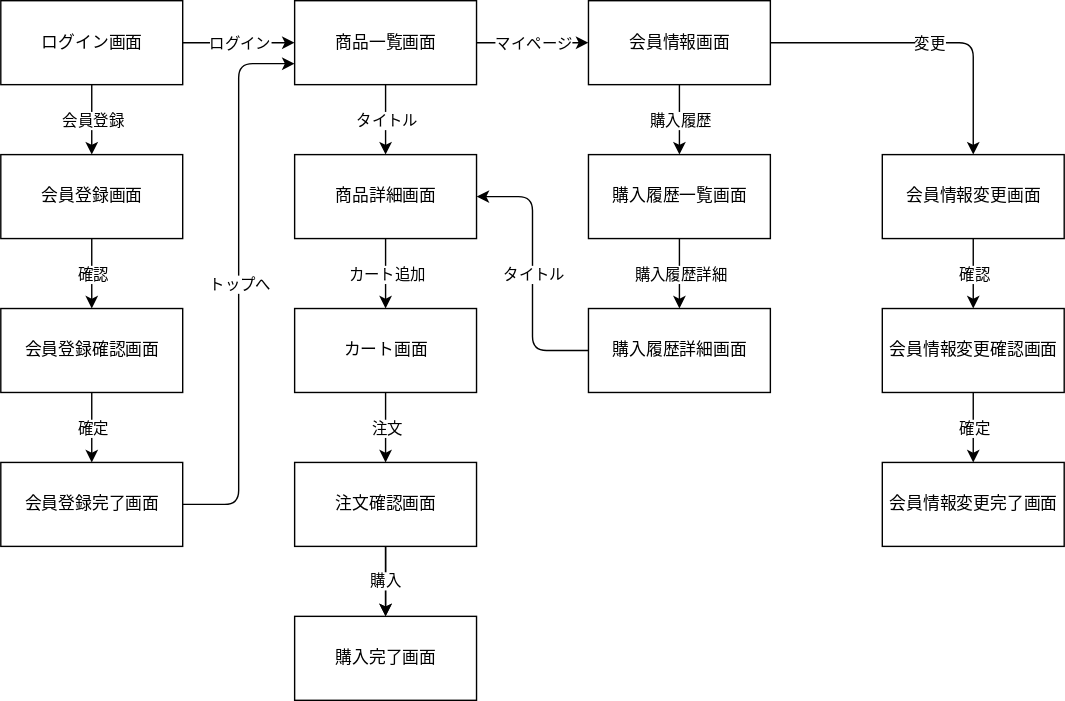
The draw.io diagram documents/20_外部設計/image/screen_transition_diagram.svg in la-java-silicon-2021/shopping-doc, before a commit. Source tidied: cells renumbered, new cells last; positions are measured from the earlier drawing's top-left corner, leaving out a move shared by most shapes.
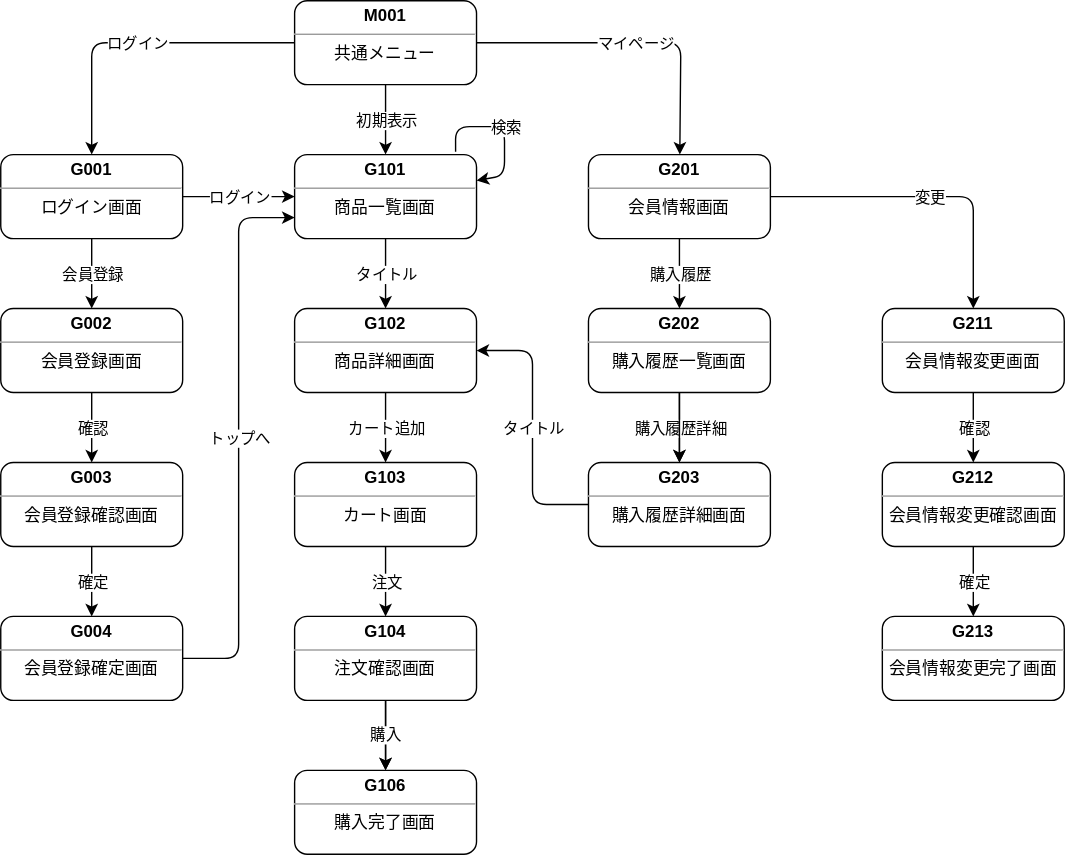
After the change.

Commit message:
screen_transition_diagram.svg を更新します

Change to the diagram source:
```diff
@@ -2,90 +2,52 @@
   <root>
     <mxCell id="0" />
     <mxCell id="1" parent="0" />
-    <mxCell id="2" value="ログイン画面" style="html=1;" parent="1" vertex="1">
-      <mxGeometry width="130" height="60" as="geometry" />
-    </mxCell>
-    <mxCell id="3" value="会員登録画面" style="html=1;" parent="1" vertex="1">
-      <mxGeometry y="110" width="130" height="60" as="geometry" />
-    </mxCell>
-    <mxCell id="4" style="endArrow=classic;html=1;exitX=0.5;exitY=1;exitDx=0;exitDy=0;entryX=0.5;entryY=0;entryDx=0;entryDy=0;" parent="1" edge="1" source="2" target="3">
+    <mxCell id="4" style="endArrow=classic;html=1;" parent="1" edge="1" source="49" target="50">
       <mxGeometry relative="1" as="geometry" />
     </mxCell>
     <mxCell id="5" value="会員登録" style="edgeLabel;html=1;align=center;verticalAlign=middle;" parent="4" vertex="1">
       <mxGeometry relative="1" as="geometry" />
     </mxCell>
-    <mxCell id="6" value="会員登録確認画面" style="html=1;" parent="1" vertex="1">
-      <mxGeometry y="220" width="130" height="60" as="geometry" />
-    </mxCell>
-    <mxCell id="7" style="endArrow=classic;html=1;exitX=0.5;exitY=1;exitDx=0;exitDy=0;" parent="1" edge="1" source="3" target="6">
+    <mxCell id="7" style="endArrow=classic;html=1;" parent="1" edge="1" source="50" target="51">
       <mxGeometry relative="1" as="geometry" />
     </mxCell>
     <mxCell id="8" value="確認" style="edgeLabel;html=1;align=center;verticalAlign=middle;" parent="7" vertex="1">
       <mxGeometry relative="1" as="geometry" />
     </mxCell>
-    <mxCell id="9" value="会員登録完了画面" style="html=1;" parent="1" vertex="1">
-      <mxGeometry y="330" width="130" height="60" as="geometry" />
-    </mxCell>
-    <mxCell id="10" value="商品一覧画面" style="html=1;" parent="1" vertex="1">
-      <mxGeometry x="210" width="130" height="60" as="geometry" />
-    </mxCell>
-    <mxCell id="11" style="endArrow=classic;html=1;exitX=1;exitY=0.5;exitDx=0;exitDy=0;entryX=0;entryY=0.5;entryDx=0;entryDy=0;" parent="1" edge="1" source="2" target="10">
+    <mxCell id="11" style="endArrow=classic;html=1;" parent="1" edge="1" source="49" target="53">
       <mxGeometry relative="1" as="geometry" />
     </mxCell>
     <mxCell id="12" value="ログイン" style="edgeLabel;html=1;align=center;verticalAlign=middle;" parent="11" vertex="1">
       <mxGeometry relative="1" as="geometry" />
     </mxCell>
-    <mxCell id="13" value="商品詳細画面" style="html=1;" parent="1" vertex="1">
-      <mxGeometry x="210" y="110" width="130" height="60" as="geometry" />
-    </mxCell>
-    <mxCell id="14" style="endArrow=classic;html=1;exitX=0.5;exitY=1;exitDx=0;exitDy=0;" parent="1" edge="1" source="10" target="13">
+    <mxCell id="14" style="endArrow=classic;html=1;" parent="1" edge="1" source="53" target="54">
       <mxGeometry relative="1" as="geometry" />
     </mxCell>
     <mxCell id="15" value="タイトル" style="edgeLabel;html=1;align=center;verticalAlign=middle;" parent="14" vertex="1">
       <mxGeometry relative="1" as="geometry" />
     </mxCell>
-    <mxCell id="16" value="カート画面" style="html=1;" parent="1" vertex="1">
-      <mxGeometry x="210" y="220" width="130" height="60" as="geometry" />
-    </mxCell>
-    <mxCell id="17" style="endArrow=classic;html=1;entryX=0.5;entryY=0;entryDx=0;entryDy=0;" parent="1" edge="1" source="13" target="16">
+    <mxCell id="17" style="endArrow=classic;html=1;" parent="1" edge="1" source="54" target="55">
       <mxGeometry relative="1" as="geometry" />
     </mxCell>
     <mxCell id="18" value="カート追加" style="edgeLabel;html=1;align=center;verticalAlign=middle;" parent="17" vertex="1">
       <mxGeometry relative="1" as="geometry" />
     </mxCell>
-    <mxCell id="19" style="edgeStyle=orthogonalEdgeStyle;rounded=0;jettySize=auto;html=1;" parent="1" edge="1" source="20" target="23">
-      <mxGeometry relative="1" as="geometry" />
+    <mxCell id="19" style="edgeStyle=orthogonalEdgeStyle;rounded=0;orthogonalLoop=1;jettySize=auto;html=1;" parent="1" edge="1">
+      <mxGeometry relative="1" as="geometry">
+        <mxPoint x="275" y="390" as="sourcePoint" />
+        <mxPoint x="275" y="440" as="targetPoint" />
+      </mxGeometry>
     </mxCell>
-    <mxCell id="20" value="注文確認画面" style="html=1;" parent="1" vertex="1">
-      <mxGeometry x="210" y="330" width="130" height="60" as="geometry" />
-    </mxCell>
-    <mxCell id="21" style="endArrow=classic;html=1;entryX=0.5;entryY=0;entryDx=0;entryDy=0;exitX=0.5;exitY=1;exitDx=0;exitDy=0;" parent="1" edge="1" source="16" target="20">
+    <mxCell id="21" style="endArrow=classic;html=1;" parent="1" edge="1" source="55" target="61">
       <mxGeometry relative="1" as="geometry" />
     </mxCell>
     <mxCell id="22" value="注文" style="edgeLabel;html=1;align=center;verticalAlign=middle;" parent="21" vertex="1">
       <mxGeometry relative="1" as="geometry" />
     </mxCell>
-    <mxCell id="23" value="購入完了画面" style="html=1;" parent="1" vertex="1">
-      <mxGeometry x="210" y="440" width="130" height="60" as="geometry" />
-    </mxCell>
-    <mxCell id="24" value="購入" style="endArrow=classic;html=1;entryX=0.5;entryY=0;entryDx=0;entryDy=0;" parent="1" edge="1" target="23">
-      <mxGeometry relative="1" as="geometry">
-        <mxPoint x="275" y="390" as="sourcePoint" />
-      </mxGeometry>
+    <mxCell id="24" value="購入" style="endArrow=classic;html=1;" parent="1" edge="1" source="61" target="62">
+      <mxGeometry relative="1" as="geometry" />
     </mxCell>
-    <mxCell id="25" value="会員情報画面" style="html=1;" parent="1" vertex="1">
-      <mxGeometry x="420" width="130" height="60" as="geometry" />
-    </mxCell>
-    <mxCell id="26" value="会員情報変更画面" style="html=1;" parent="1" vertex="1">
-      <mxGeometry x="630" y="110" width="130" height="60" as="geometry" />
-    </mxCell>
-    <mxCell id="27" value="購入履歴一覧画面" style="html=1;" parent="1" vertex="1">
-      <mxGeometry x="420" y="110" width="130" height="60" as="geometry" />
-    </mxCell>
-    <mxCell id="28" value="購入履歴詳細画面" style="html=1;" parent="1" vertex="1">
-      <mxGeometry x="420" y="220" width="130" height="60" as="geometry" />
-    </mxCell>
-    <mxCell id="29" style="endArrow=classic;html=1;entryX=1;entryY=0.5;entryDx=0;entryDy=0;exitX=0;exitY=0.5;exitDx=0;exitDy=0;" parent="1" edge="1" source="28" target="13">
+    <mxCell id="29" style="endArrow=classic;html=1;" parent="1" edge="1" source="68" target="54">
       <mxGeometry relative="1" as="geometry">
         <Array as="points">
           <mxPoint x="380" y="250" />
@@ -96,25 +58,32 @@
     <mxCell id="30" value="タイトル" style="edgeLabel;html=1;align=center;verticalAlign=middle;" parent="29" vertex="1">
       <mxGeometry relative="1" as="geometry" />
     </mxCell>
-    <mxCell id="31" style="endArrow=classic;html=1;" parent="1" edge="1" source="10" target="25">
-      <mxGeometry relative="1" as="geometry" />
+    <mxCell id="31" style="endArrow=classic;html=1;" parent="1" edge="1" source="56" target="65">
+      <mxGeometry relative="1" as="geometry">
+        <Array as="points">
+          <mxPoint x="486" y="-80" />
+        </Array>
+      </mxGeometry>
     </mxCell>
     <mxCell id="32" value="マイページ" style="edgeLabel;html=1;align=center;verticalAlign=middle;" parent="31" vertex="1">
       <mxGeometry relative="1" as="geometry" />
     </mxCell>
-    <mxCell id="33" style="endArrow=classic;html=1;exitX=0.5;exitY=1;exitDx=0;exitDy=0;" parent="1" edge="1" source="25" target="27">
+    <mxCell id="33" style="endArrow=classic;html=1;" parent="1" edge="1" source="65" target="67">
       <mxGeometry relative="1" as="geometry" />
     </mxCell>
     <mxCell id="34" value="購入履歴" style="edgeLabel;html=1;align=center;verticalAlign=middle;" parent="33" vertex="1">
       <mxGeometry relative="1" as="geometry" />
     </mxCell>
-    <mxCell id="35" style="endArrow=classic;html=1;exitX=0.5;exitY=1;exitDx=0;exitDy=0;entryX=0.5;entryY=0;entryDx=0;entryDy=0;" parent="1" edge="1" source="27" target="28">
-      <mxGeometry relative="1" as="geometry" />
+    <mxCell id="35" style="endArrow=classic;html=1;exitX=0.5;exitY=1;exitDx=0;exitDy=0;entryX=0.5;entryY=0;entryDx=0;entryDy=0;" parent="1" edge="1">
+      <mxGeometry relative="1" as="geometry">
+        <mxPoint x="485" y="170" as="sourcePoint" />
+        <mxPoint x="485" y="220" as="targetPoint" />
+      </mxGeometry>
     </mxCell>
     <mxCell id="36" value="購入履歴詳細" style="edgeLabel;html=1;align=center;verticalAlign=middle;" parent="35" vertex="1">
       <mxGeometry relative="1" as="geometry" />
     </mxCell>
-    <mxCell id="37" style="endArrow=classic;html=1;exitX=1;exitY=0.5;exitDx=0;exitDy=0;entryX=0.5;entryY=0;entryDx=0;entryDy=0;" parent="1" edge="1" source="25" target="26">
+    <mxCell id="37" style="endArrow=classic;html=1;" parent="1" edge="1" source="65" target="69">
       <mxGeometry relative="1" as="geometry">
         <Array as="points">
           <mxPoint x="695" y="30" />
@@ -124,31 +93,25 @@
     <mxCell id="38" value="変更" style="edgeLabel;html=1;align=center;verticalAlign=middle;" parent="37" vertex="1">
       <mxGeometry relative="1" as="geometry" />
     </mxCell>
-    <mxCell id="39" value="会員情報変更確認画面" style="html=1;" parent="1" vertex="1">
-      <mxGeometry x="630" y="220" width="130" height="60" as="geometry" />
-    </mxCell>
-    <mxCell id="40" value="会員情報変更完了画面" style="html=1;" parent="1" vertex="1">
-      <mxGeometry x="630" y="330" width="130" height="60" as="geometry" />
-    </mxCell>
-    <mxCell id="41" style="endArrow=classic;html=1;exitX=0.5;exitY=1;exitDx=0;exitDy=0;entryX=0.5;entryY=0;entryDx=0;entryDy=0;" parent="1" edge="1" source="26" target="39">
+    <mxCell id="41" style="endArrow=classic;html=1;" parent="1" edge="1" source="69" target="70">
       <mxGeometry relative="1" as="geometry" />
     </mxCell>
     <mxCell id="42" value="確認" style="edgeLabel;html=1;align=center;verticalAlign=middle;" parent="41" vertex="1">
       <mxGeometry relative="1" as="geometry" />
     </mxCell>
-    <mxCell id="43" style="endArrow=classic;html=1;exitX=0.5;exitY=1;exitDx=0;exitDy=0;entryX=0.5;entryY=0;entryDx=0;entryDy=0;" parent="1" edge="1" source="39" target="40">
+    <mxCell id="43" style="endArrow=classic;html=1;" parent="1" edge="1" source="70" target="71">
       <mxGeometry relative="1" as="geometry" />
     </mxCell>
     <mxCell id="44" value="確定" style="edgeLabel;html=1;align=center;verticalAlign=middle;" parent="43" vertex="1">
       <mxGeometry relative="1" as="geometry" />
     </mxCell>
-    <mxCell id="45" style="endArrow=classic;html=1;exitX=0.5;exitY=1;exitDx=0;exitDy=0;entryX=0.5;entryY=0;entryDx=0;entryDy=0;" parent="1" edge="1" source="6" target="9">
+    <mxCell id="45" style="endArrow=classic;html=1;" parent="1" edge="1" source="51" target="52">
       <mxGeometry relative="1" as="geometry" />
     </mxCell>
     <mxCell id="46" value="確定" style="edgeLabel;html=1;align=center;verticalAlign=middle;" parent="45" vertex="1">
       <mxGeometry relative="1" as="geometry" />
     </mxCell>
-    <mxCell id="47" style="endArrow=classic;html=1;exitX=1;exitY=0.5;exitDx=0;exitDy=0;entryX=0;entryY=0.75;entryDx=0;entryDy=0;" parent="1" edge="1" source="9" target="10">
+    <mxCell id="47" style="endArrow=classic;html=1;entryX=0;entryY=0.75;entryDx=0;entryDy=0;" parent="1" edge="1" source="52" target="53">
       <mxGeometry relative="1" as="geometry">
         <Array as="points">
           <mxPoint x="170" y="360" />
@@ -159,5 +122,84 @@
     <mxCell id="48" value="トップへ" style="edgeLabel;html=1;align=center;verticalAlign=middle;" parent="47" vertex="1">
       <mxGeometry relative="1" as="geometry" />
     </mxCell>
+    <mxCell id="49" value="&lt;p style=&quot;margin: 0px ; margin-top: 4px ; text-align: center&quot;&gt;&lt;b&gt;G001&lt;/b&gt;&lt;/p&gt;&lt;hr size=&quot;1&quot;&gt;&lt;div style=&quot;text-align: center ; height: 2px&quot;&gt;ログイン画面&lt;/div&gt;" style="verticalAlign=top;align=left;overflow=fill;fontSize=12;fontFamily=Helvetica;html=1;rounded=1;" parent="1" vertex="1">
+      <mxGeometry width="130" height="60" as="geometry" />
+    </mxCell>
+    <mxCell id="50" value="&lt;p style=&quot;margin: 0px ; margin-top: 4px ; text-align: center&quot;&gt;&lt;b&gt;G002&lt;/b&gt;&lt;/p&gt;&lt;hr size=&quot;1&quot;&gt;&lt;div style=&quot;text-align: center ; height: 2px&quot;&gt;会員登録画面&lt;br&gt;&lt;/div&gt;" style="verticalAlign=top;align=left;overflow=fill;fontSize=12;fontFamily=Helvetica;html=1;rounded=1;" parent="1" vertex="1">
+      <mxGeometry y="110" width="130" height="60" as="geometry" />
+    </mxCell>
+    <mxCell id="51" value="&lt;p style=&quot;margin: 0px ; margin-top: 4px ; text-align: center&quot;&gt;&lt;b&gt;G003&lt;/b&gt;&lt;/p&gt;&lt;hr size=&quot;1&quot;&gt;&lt;div style=&quot;text-align: center ; height: 2px&quot;&gt;会員登録確認画面&lt;br&gt;&lt;/div&gt;" style="verticalAlign=top;align=left;overflow=fill;fontSize=12;fontFamily=Helvetica;html=1;rounded=1;" parent="1" vertex="1">
+      <mxGeometry y="220" width="130" height="60" as="geometry" />
+    </mxCell>
+    <mxCell id="52" value="&lt;p style=&quot;margin: 0px ; margin-top: 4px ; text-align: center&quot;&gt;&lt;b&gt;G004&lt;/b&gt;&lt;/p&gt;&lt;hr size=&quot;1&quot;&gt;&lt;div style=&quot;text-align: center ; height: 2px&quot;&gt;会員登録確定画面&lt;br&gt;&lt;/div&gt;" style="verticalAlign=top;align=left;overflow=fill;fontSize=12;fontFamily=Helvetica;html=1;rounded=1;" parent="1" vertex="1">
+      <mxGeometry y="330" width="130" height="60" as="geometry" />
+    </mxCell>
+    <mxCell id="53" value="&lt;p style=&quot;margin: 0px ; margin-top: 4px ; text-align: center&quot;&gt;&lt;b&gt;G101&lt;/b&gt;&lt;/p&gt;&lt;hr size=&quot;1&quot;&gt;&lt;div style=&quot;text-align: center ; height: 2px&quot;&gt;商品一覧画面&lt;br&gt;&lt;/div&gt;" style="verticalAlign=top;align=left;overflow=fill;fontSize=12;fontFamily=Helvetica;html=1;rounded=1;" parent="1" vertex="1">
+      <mxGeometry x="210" width="130" height="60" as="geometry" />
+    </mxCell>
+    <mxCell id="54" value="&lt;p style=&quot;margin: 0px ; margin-top: 4px ; text-align: center&quot;&gt;&lt;b&gt;G102&lt;/b&gt;&lt;/p&gt;&lt;hr size=&quot;1&quot;&gt;&lt;div style=&quot;text-align: center ; height: 2px&quot;&gt;商品詳細画面&lt;br&gt;&lt;/div&gt;" style="verticalAlign=top;align=left;overflow=fill;fontSize=12;fontFamily=Helvetica;html=1;rounded=1;" parent="1" vertex="1">
+      <mxGeometry x="210" y="110" width="130" height="60" as="geometry" />
+    </mxCell>
+    <mxCell id="55" value="&lt;p style=&quot;margin: 0px ; margin-top: 4px ; text-align: center&quot;&gt;&lt;b&gt;G103&lt;/b&gt;&lt;/p&gt;&lt;hr size=&quot;1&quot;&gt;&lt;div style=&quot;text-align: center ; height: 2px&quot;&gt;カート画面&lt;br&gt;&lt;/div&gt;" style="verticalAlign=top;align=left;overflow=fill;fontSize=12;fontFamily=Helvetica;html=1;rounded=1;" parent="1" vertex="1">
+      <mxGeometry x="210" y="220" width="130" height="60" as="geometry" />
+    </mxCell>
+    <mxCell id="56" value="&lt;p style=&quot;margin: 0px ; margin-top: 4px ; text-align: center&quot;&gt;&lt;b&gt;M001&lt;/b&gt;&lt;/p&gt;&lt;hr size=&quot;1&quot;&gt;&lt;div style=&quot;text-align: center ; height: 2px&quot;&gt;共通メニュー&lt;/div&gt;" style="verticalAlign=top;align=left;overflow=fill;fontSize=12;fontFamily=Helvetica;html=1;rounded=1;" parent="1" vertex="1">
+      <mxGeometry x="210" y="-110" width="130" height="60" as="geometry" />
+    </mxCell>
+    <mxCell id="57" style="endArrow=classic;html=1;" parent="1" edge="1" source="56" target="53">
+      <mxGeometry relative="1" as="geometry" />
+    </mxCell>
+    <mxCell id="58" value="初期表示" style="edgeLabel;html=1;align=center;verticalAlign=middle;" parent="57" vertex="1">
+      <mxGeometry relative="1" as="geometry" />
+    </mxCell>
+    <mxCell id="59" style="endArrow=classic;html=1;" parent="1" edge="1" source="56" target="49">
+      <mxGeometry relative="1" as="geometry">
+        <Array as="points">
+          <mxPoint x="65" y="-80" />
+        </Array>
+      </mxGeometry>
+    </mxCell>
+    <mxCell id="60" value="ログイン" style="edgeLabel;html=1;align=center;verticalAlign=middle;" parent="59" vertex="1">
+      <mxGeometry relative="1" as="geometry" />
+    </mxCell>
+    <mxCell id="61" value="&lt;p style=&quot;margin: 0px ; margin-top: 4px ; text-align: center&quot;&gt;&lt;b&gt;G104&lt;/b&gt;&lt;/p&gt;&lt;hr size=&quot;1&quot;&gt;&lt;div style=&quot;text-align: center ; height: 2px&quot;&gt;注文確認画面&lt;br&gt;&lt;/div&gt;" style="verticalAlign=top;align=left;overflow=fill;fontSize=12;fontFamily=Helvetica;html=1;rounded=1;" parent="1" vertex="1">
+      <mxGeometry x="210" y="330" width="130" height="60" as="geometry" />
+    </mxCell>
+    <mxCell id="62" value="&lt;p style=&quot;margin: 0px ; margin-top: 4px ; text-align: center&quot;&gt;&lt;b&gt;G106&lt;/b&gt;&lt;/p&gt;&lt;hr size=&quot;1&quot;&gt;&lt;div style=&quot;text-align: center ; height: 2px&quot;&gt;購入完了画面&lt;br&gt;&lt;/div&gt;" style="verticalAlign=top;align=left;overflow=fill;fontSize=12;fontFamily=Helvetica;html=1;rounded=1;" parent="1" vertex="1">
+      <mxGeometry x="210" y="440" width="130" height="60" as="geometry" />
+    </mxCell>
+    <mxCell id="63" style="endArrow=classic;html=1;exitX=0.885;exitY=-0.033;exitDx=0;exitDy=0;exitPerimeter=0;" parent="1" edge="1" source="53" target="53">
+      <mxGeometry relative="1" as="geometry">
+        <Array as="points">
+          <mxPoint x="325" y="-20" />
+          <mxPoint x="360" y="-20" />
+          <mxPoint x="360" y="15" />
+        </Array>
+      </mxGeometry>
+    </mxCell>
+    <mxCell id="64" value="検索" style="edgeLabel;html=1;align=center;verticalAlign=middle;" parent="63" vertex="1">
+      <mxGeometry relative="1" as="geometry" />
+    </mxCell>
+    <mxCell id="65" value="&lt;p style=&quot;margin: 0px ; margin-top: 4px ; text-align: center&quot;&gt;&lt;b&gt;G201&lt;/b&gt;&lt;/p&gt;&lt;hr size=&quot;1&quot;&gt;&lt;div style=&quot;text-align: center ; height: 2px&quot;&gt;会員情報画面&lt;br&gt;&lt;/div&gt;" style="verticalAlign=top;align=left;overflow=fill;fontSize=12;fontFamily=Helvetica;html=1;rounded=1;" parent="1" vertex="1">
+      <mxGeometry x="420" width="130" height="60" as="geometry" />
+    </mxCell>
+    <mxCell id="66" style="edgeStyle=orthogonalEdgeStyle;rounded=0;jettySize=auto;html=1;" parent="1" edge="1" source="67" target="68">
+      <mxGeometry relative="1" as="geometry" />
+    </mxCell>
+    <mxCell id="67" value="&lt;p style=&quot;margin: 0px ; margin-top: 4px ; text-align: center&quot;&gt;&lt;b&gt;G202&lt;/b&gt;&lt;/p&gt;&lt;hr size=&quot;1&quot;&gt;&lt;div style=&quot;text-align: center ; height: 2px&quot;&gt;購入履歴一覧画面&lt;br&gt;&lt;/div&gt;" style="verticalAlign=top;align=left;overflow=fill;fontSize=12;fontFamily=Helvetica;html=1;rounded=1;" parent="1" vertex="1">
+      <mxGeometry x="420" y="110" width="130" height="60" as="geometry" />
+    </mxCell>
+    <mxCell id="68" value="&lt;p style=&quot;margin: 0px ; margin-top: 4px ; text-align: center&quot;&gt;&lt;b&gt;G203&lt;/b&gt;&lt;/p&gt;&lt;hr size=&quot;1&quot;&gt;&lt;div style=&quot;text-align: center ; height: 2px&quot;&gt;購入履歴詳細画面&lt;br&gt;&lt;/div&gt;" style="verticalAlign=top;align=left;overflow=fill;fontSize=12;fontFamily=Helvetica;html=1;rounded=1;" parent="1" vertex="1">
+      <mxGeometry x="420" y="220" width="130" height="60" as="geometry" />
+    </mxCell>
+    <mxCell id="69" value="&lt;p style=&quot;margin: 0px ; margin-top: 4px ; text-align: center&quot;&gt;&lt;b&gt;G211&lt;/b&gt;&lt;/p&gt;&lt;hr size=&quot;1&quot;&gt;&lt;div style=&quot;text-align: center ; height: 2px&quot;&gt;会員情報変更画面&lt;br&gt;&lt;/div&gt;" style="verticalAlign=top;align=left;overflow=fill;fontSize=12;fontFamily=Helvetica;html=1;rounded=1;" parent="1" vertex="1">
+      <mxGeometry x="630" y="110" width="130" height="60" as="geometry" />
+    </mxCell>
+    <mxCell id="70" value="&lt;p style=&quot;margin: 0px ; margin-top: 4px ; text-align: center&quot;&gt;&lt;b&gt;G212&lt;/b&gt;&lt;/p&gt;&lt;hr size=&quot;1&quot;&gt;&lt;div style=&quot;text-align: center ; height: 2px&quot;&gt;会員情報変更確認画面&lt;br&gt;&lt;/div&gt;" style="verticalAlign=top;align=left;overflow=fill;fontSize=12;fontFamily=Helvetica;html=1;rounded=1;" parent="1" vertex="1">
+      <mxGeometry x="630" y="220" width="130" height="60" as="geometry" />
+    </mxCell>
+    <mxCell id="71" value="&lt;p style=&quot;margin: 0px ; margin-top: 4px ; text-align: center&quot;&gt;&lt;b&gt;G213&lt;/b&gt;&lt;/p&gt;&lt;hr size=&quot;1&quot;&gt;&lt;div style=&quot;text-align: center ; height: 2px&quot;&gt;会員情報変更完了画面&lt;br&gt;&lt;/div&gt;" style="verticalAlign=top;align=left;overflow=fill;fontSize=12;fontFamily=Helvetica;html=1;rounded=1;" parent="1" vertex="1">
+      <mxGeometry x="630" y="330" width="130" height="60" as="geometry" />
+    </mxCell>
   </root>
 </mxGraphModel>
```
